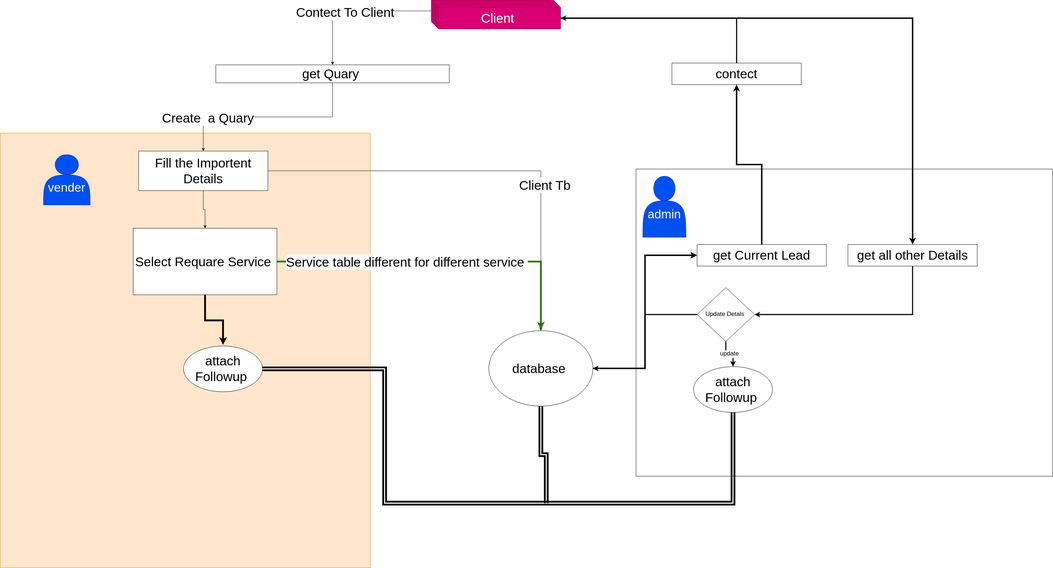
The draw.io diagram Untitled Diagram.drawio.svg in vijay-singh-shekhawat/c, before a commit. Source tidied: cells renumbered, new cells last; positions are measured from the earlier drawing's top-left corner, leaving out a move shared by most shapes.
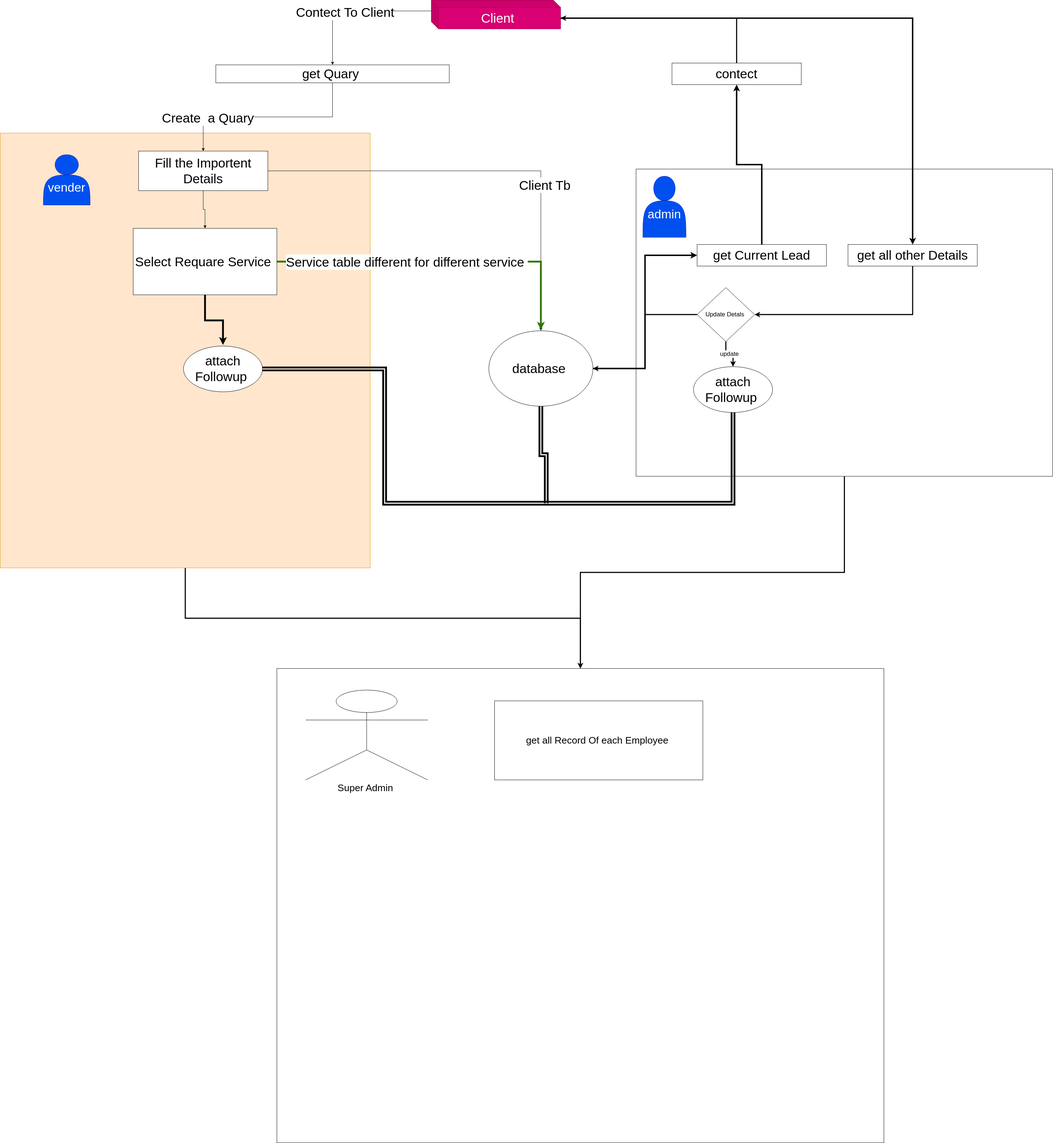
The same file after the commit.

The edit, as a diff of the source:
```diff
@@ -2,6 +2,9 @@
   <root>
     <mxCell id="0" />
     <mxCell id="1" parent="0" />
+    <mxCell id="36" style="edgeStyle=orthogonalEdgeStyle;rounded=0;jettySize=auto;html=1;exitX=0.5;exitY=1;exitDx=0;exitDy=0;entryX=0.5;entryY=0;entryDx=0;entryDy=0;fontSize=17;strokeWidth=3;" parent="1" edge="1" source="2" target="38">
+      <mxGeometry relative="1" as="geometry" />
+    </mxCell>
     <mxCell id="2" style="rounded=0;whiteSpace=wrap;html=1;fillColor=#ffe6cc;strokeColor=#d79b00;" parent="1" vertex="1">
       <mxGeometry y="370" width="1030" height="1210" as="geometry" />
     </mxCell>
@@ -73,6 +76,9 @@
     <mxCell id="20" value="attach Followup&amp;nbsp;" style="ellipse;whiteSpace=wrap;html=1;fontSize=36;rounded=0;" parent="1" vertex="1">
       <mxGeometry x="510" y="962.5" width="220" height="127.5" as="geometry" />
     </mxCell>
+    <mxCell id="37" style="edgeStyle=orthogonalEdgeStyle;rounded=0;jettySize=auto;html=1;exitX=0.5;exitY=1;exitDx=0;exitDy=0;fontSize=17;strokeWidth=3;entryX=0.5;entryY=0;entryDx=0;entryDy=0;" parent="1" edge="1" source="21" target="38">
+      <mxGeometry relative="1" as="geometry" />
+    </mxCell>
     <mxCell id="21" style="rounded=0;whiteSpace=wrap;html=1;fontSize=19;" parent="1" vertex="1">
       <mxGeometry x="1770" y="470" width="1160" height="855" as="geometry" />
     </mxCell>
@@ -124,5 +130,14 @@
     <mxCell id="35" value="&lt;font style=&quot;font-size: 17px&quot;&gt;Update Detals&amp;nbsp;&lt;/font&gt;" style="rhombus;whiteSpace=wrap;html=1;" parent="1" vertex="1">
       <mxGeometry x="1940" y="800" width="160" height="150" as="geometry" />
     </mxCell>
+    <mxCell id="38" style="rounded=0;whiteSpace=wrap;html=1;fontSize=17;" parent="1" vertex="1">
+      <mxGeometry x="770" y="1860" width="1690" height="1320" as="geometry" />
+    </mxCell>
+    <mxCell id="39" value="&lt;font style=&quot;font-size: 27px&quot;&gt;Super Admin&amp;nbsp;&lt;/font&gt;" style="shape=umlActor;verticalLabelPosition=bottom;verticalAlign=top;html=1;fontSize=17;" parent="1" vertex="1">
+      <mxGeometry x="850" y="1920" width="340" height="250" as="geometry" />
+    </mxCell>
+    <mxCell id="40" value="get all Record Of each Employee&amp;nbsp;" style="rounded=0;whiteSpace=wrap;html=1;fontSize=27;fontColor=#000000;" parent="1" vertex="1">
+      <mxGeometry x="1376" y="1950" width="580" height="220" as="geometry" />
+    </mxCell>
   </root>
 </mxGraphModel>
```
